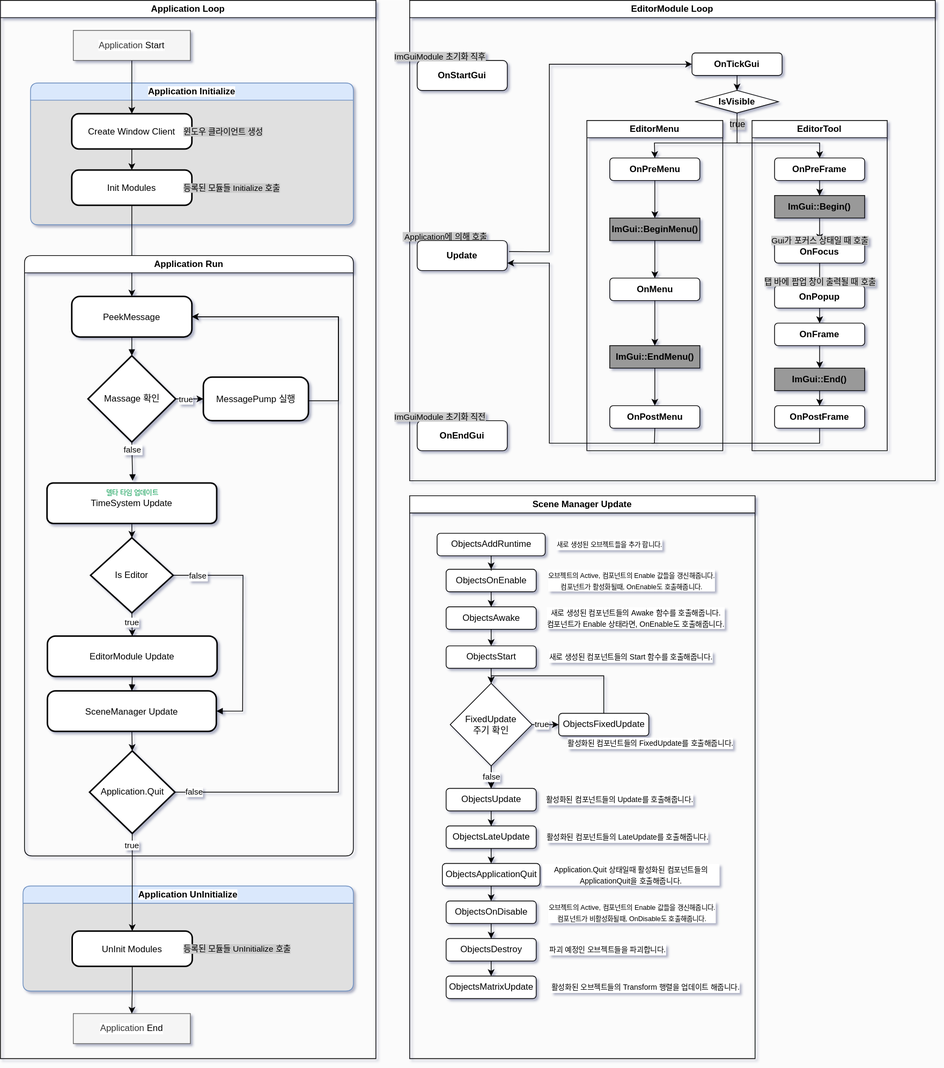
Scarecrow37/VanishingGround keeps this draw.io diagram as Diagram/GameEngineFlowChart.drawio.svg. Above is the earlier version. Source tidied: cells renumbered, new cells last; positions are measured from the earlier drawing's top-left corner, leaving out a move shared by most shapes.
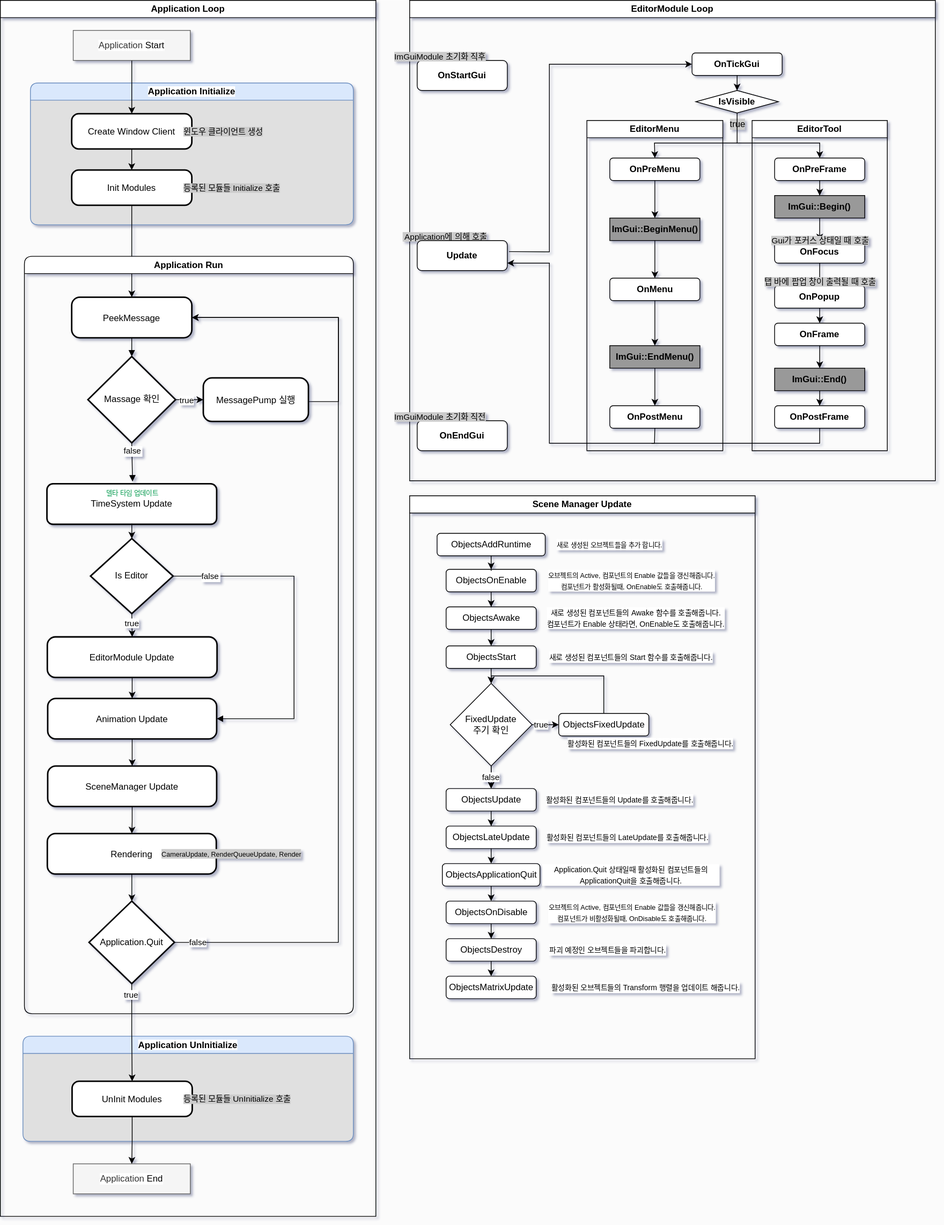
Above is the later version.

Diff of the diagram source:
```diff
@@ -272,7 +272,7 @@
       </mxGeometry>
     </mxCell>
     <mxCell id="83" value="Application Loop" style="swimlane;whiteSpace=wrap;html=1;labelBackgroundColor=default;" parent="1" vertex="1">
-      <mxGeometry width="500" height="1410" as="geometry" />
+      <mxGeometry width="500" height="1620" as="geometry" />
     </mxCell>
     <mxCell id="84" value="&lt;span style=&quot;background-color: rgb(255, 255, 255);&quot;&gt;Application Initialize&lt;/span&gt;" style="swimlane;whiteSpace=wrap;html=1;fillColor=#dae8fc;strokeColor=#6c8ebf;rounded=1;swimlaneFillColor=#E0E0E0;" parent="83" vertex="1">
       <mxGeometry x="40" y="110" width="430" height="189" as="geometry" />
@@ -296,7 +296,7 @@
       <mxGeometry relative="1" as="geometry" />
     </mxCell>
     <mxCell id="91" value="Application Run" style="swimlane;whiteSpace=wrap;html=1;rounded=1;labelBackgroundColor=default;" parent="83" vertex="1">
-      <mxGeometry x="32" y="340" width="438" height="800" as="geometry" />
+      <mxGeometry x="32" y="341" width="438" height="1009" as="geometry" />
     </mxCell>
     <mxCell id="92" value="PeekMessage" style="rounded=1;arcSize=20;strokeWidth=2;labelBackgroundColor=default;" parent="91" vertex="1">
       <mxGeometry x="62.9" y="54.5" width="160" height="54" as="geometry" />
@@ -329,23 +329,26 @@
     <mxCell id="99" value="Is Editor" style="rhombus;strokeWidth=2;whiteSpace=wrap;labelBackgroundColor=default;" parent="91" vertex="1">
       <mxGeometry x="88" y="376" width="110" height="100" as="geometry" />
     </mxCell>
+    <mxCell id="121" style="edgeStyle=orthogonalEdgeStyle;rounded=0;jettySize=auto;html=1;" parent="91" edge="1" source="100" target="124">
+      <mxGeometry relative="1" as="geometry" />
+    </mxCell>
     <mxCell id="100" value="EditorModule Update" style="rounded=1;arcSize=20;strokeWidth=2;labelBackgroundColor=default;" parent="91" vertex="1">
       <mxGeometry x="30.5" y="507" width="226" height="54" as="geometry" />
     </mxCell>
+    <mxCell id="122" style="edgeStyle=orthogonalEdgeStyle;rounded=0;jettySize=auto;html=1;" parent="91" edge="1" source="101" target="126">
+      <mxGeometry relative="1" as="geometry" />
+    </mxCell>
     <mxCell id="101" value="SceneManager Update" style="rounded=1;arcSize=20;strokeWidth=2;labelBackgroundColor=default;" parent="91" vertex="1">
-      <mxGeometry x="30.5" y="580" width="225" height="54" as="geometry" />
+      <mxGeometry x="31" y="679" width="225" height="54" as="geometry" />
     </mxCell>
-    <mxCell id="102" value="false" style="curved=0;startArrow=none;endArrow=block;exitX=1;exitY=0.5;entryX=1;entryY=0.5;rounded=0;exitDx=0;exitDy=0;entryDx=0;entryDy=0;labelBackgroundColor=default;" parent="91" edge="1" source="99" target="101">
+    <mxCell id="102" value="false" style="curved=0;startArrow=none;endArrow=block;exitX=1;exitY=0.5;entryX=1;entryY=0.5;rounded=0;exitDx=0;exitDy=0;entryDx=0;entryDy=0;labelBackgroundColor=default;" parent="91" edge="1" source="99" target="124">
       <mxGeometry x="-0.78" relative="1" as="geometry">
         <Array as="points">
-          <mxPoint x="291" y="426" />
-          <mxPoint x="290.5" y="607" />
+          <mxPoint x="359" y="426" />
+          <mxPoint x="359" y="616" />
         </Array>
       </mxGeometry>
     </mxCell>
-    <mxCell id="103" style="curved=1;startArrow=none;endArrow=block;exitX=0.5;exitY=1;entryX=0.5;entryY=0;rounded=0;exitDx=0;exitDy=0;entryDx=0;entryDy=0;labelBackgroundColor=default;" parent="91" edge="1" source="100" target="101">
-      <mxGeometry relative="1" as="geometry" />
-    </mxCell>
     <mxCell id="104" value="true" style="edgeStyle=orthogonalEdgeStyle;rounded=0;jettySize=auto;html=1;labelBackgroundColor=default;exitX=0.5;exitY=1;exitDx=0;exitDy=0;entryX=0.5;entryY=0;entryDx=0;entryDy=0;" parent="91" edge="1" source="99" target="100">
       <mxGeometry x="-0.17" relative="1" as="geometry" />
     </mxCell>
@@ -362,21 +365,33 @@
       <mxGeometry relative="1" as="geometry" />
     </mxCell>
     <mxCell id="109" value="&lt;span style=&quot;text-wrap-mode: nowrap;&quot;&gt;Application&lt;/span&gt;.Quit" style="rhombus;whiteSpace=wrap;html=1;labelBackgroundColor=default;strokeWidth=2;" parent="91" vertex="1">
-      <mxGeometry x="86.6" y="660" width="113.8" height="110" as="geometry" />
+      <mxGeometry x="86.1" y="859" width="113.8" height="110" as="geometry" />
     </mxCell>
-    <mxCell id="110" style="edgeStyle=orthogonalEdgeStyle;rounded=0;jettySize=auto;html=1;exitX=0.5;exitY=1;exitDx=0;exitDy=0;entryX=0.5;entryY=0;entryDx=0;entryDy=0;labelBackgroundColor=default;" parent="91" edge="1" source="101" target="109">
-      <mxGeometry relative="1" as="geometry" />
-    </mxCell>
     <mxCell id="111" value="false" style="edgeStyle=orthogonalEdgeStyle;rounded=0;jettySize=auto;html=1;entryX=1;entryY=0.5;entryDx=0;entryDy=0;exitX=1;exitY=0.5;exitDx=0;exitDy=0;labelBackgroundColor=default;" parent="91" edge="1" source="109" target="92">
       <mxGeometry x="-0.95" relative="1" as="geometry">
         <Array as="points">
-          <mxPoint x="418" y="715" />
+          <mxPoint x="418" y="914" />
           <mxPoint x="418" y="82" />
         </Array>
       </mxGeometry>
     </mxCell>
+    <mxCell id="123" style="edgeStyle=orthogonalEdgeStyle;rounded=0;jettySize=auto;html=1;" parent="91" edge="1" source="124" target="101">
+      <mxGeometry relative="1" as="geometry" />
+    </mxCell>
+    <mxCell id="124" value="Animation Update" style="rounded=1;arcSize=20;strokeWidth=2;labelBackgroundColor=default;" parent="91" vertex="1">
+      <mxGeometry x="31" y="589" width="225" height="54" as="geometry" />
+    </mxCell>
+    <mxCell id="125" style="edgeStyle=orthogonalEdgeStyle;rounded=0;jettySize=auto;html=1;" parent="91" edge="1" source="126" target="109">
+      <mxGeometry relative="1" as="geometry" />
+    </mxCell>
+    <mxCell id="126" value="Rendering" style="rounded=1;arcSize=20;strokeWidth=2;labelBackgroundColor=default;" parent="91" vertex="1">
+      <mxGeometry x="30.5" y="769" width="225" height="54" as="geometry" />
+    </mxCell>
+    <mxCell id="127" value="&lt;font style=&quot;font-size: 9px;&quot;&gt;CameraUpdate, RenderQueueUpdate, Render&lt;/font&gt;" style="text;strokeColor=none;fillColor=none;align=left;verticalAlign=middle;spacingLeft=4;spacingRight=2;overflow=hidden;whiteSpace=wrap;html=1;spacing=0;spacingTop=0;labelBackgroundColor=#CCCCCC;labelBorderColor=none;fontSize=11;" parent="91" vertex="1">
+      <mxGeometry x="179" y="781" width="201" height="30" as="geometry" />
+    </mxCell>
     <mxCell id="112" value="&lt;span style=&quot;background-color: rgb(255, 255, 255);&quot;&gt;Application UnInitialize&lt;/span&gt;" style="swimlane;whiteSpace=wrap;html=1;fillColor=#dae8fc;strokeColor=#6c8ebf;rounded=1;swimlaneFillColor=#E0E0E0;" parent="83" vertex="1">
-      <mxGeometry x="30" y="1180" width="440" height="140" as="geometry" />
+      <mxGeometry x="30" y="1380" width="440" height="140" as="geometry" />
     </mxCell>
     <mxCell id="113" value="UnInit Modules" style="rounded=1;arcSize=20;strokeWidth=2;labelBackgroundColor=default;" parent="112" vertex="1">
       <mxGeometry x="65.5" y="60" width="160" height="47" as="geometry" />
@@ -388,7 +403,7 @@
       <mxGeometry x="-0.76" y="-1" relative="1" as="geometry" />
     </mxCell>
     <mxCell id="116" value="&lt;span style=&quot;text-wrap-mode: nowrap;&quot;&gt;Application&amp;nbsp;&lt;/span&gt;&lt;span style=&quot;color: light-dark(rgb(0, 0, 0), rgb(255, 255, 255));&quot;&gt;End&lt;/span&gt;" style="rounded=0;whiteSpace=wrap;html=1;labelBackgroundColor=default;fillColor=#f5f5f5;fontColor=#333333;strokeColor=#666666;" parent="83" vertex="1">
-      <mxGeometry x="97" y="1350" width="155.9" height="40" as="geometry" />
+      <mxGeometry x="97" y="1550" width="155.9" height="40" as="geometry" />
     </mxCell>
     <mxCell id="117" style="edgeStyle=orthogonalEdgeStyle;rounded=0;jettySize=auto;html=1;" parent="83" edge="1" source="113" target="116">
       <mxGeometry relative="1" as="geometry" />
```
